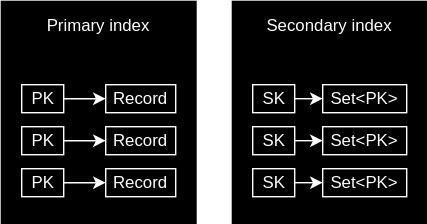
The draw.io diagram logdb_indexes.drawio.svg in jantuomi/autere_db, before a commit. Source tidied: cells renumbered, new cells last; positions are measured from the earlier drawing's top-left corner, leaving out a move shared by most shapes.
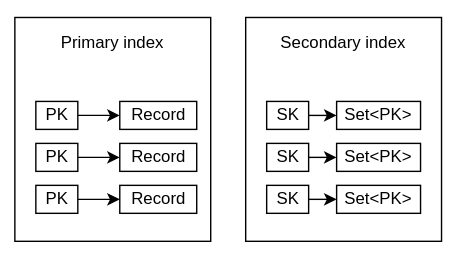
Later version of the same file.

Diff of the diagram source:
```diff
@@ -2,134 +2,134 @@
   <root>
     <mxCell id="0" />
     <mxCell id="1" parent="0" />
+    <mxCell id="45" style="rounded=0;whiteSpace=wrap;html=1;strokeColor=none;fillColor=#FFFFFF;" parent="1" vertex="1">
+      <mxGeometry x="-10" y="-12.5" width="325" height="182.5" as="geometry" />
+    </mxCell>
-    <mxCell id="2" style="rounded=0;whiteSpace=wrap;html=1;fillColor=#000000;fillStyle=solid;strokeColor=none;" parent="1" vertex="1">
+    <mxCell id="2" style="rounded=0;whiteSpace=wrap;html=1;fillColor=#FFFFFF;fillStyle=solid;strokeColor=default;fontColor=#000000;" parent="1" vertex="1">
       <mxGeometry width="140" height="160" as="geometry" />
     </mxCell>
-    <mxCell id="3" value="Primary index" style="text;html=1;align=center;verticalAlign=middle;whiteSpace=wrap;rounded=0;fontColor=#FFFFFF;" parent="1" vertex="1">
+    <mxCell id="3" value="Primary index" style="text;html=1;align=center;verticalAlign=middle;whiteSpace=wrap;rounded=0;fontColor=#000000;strokeColor=none;" parent="1" vertex="1">
       <mxGeometry x="30" width="80" height="35" as="geometry" />
     </mxCell>
-    <mxCell id="4" style="edgeStyle=orthogonalEdgeStyle;rounded=0;jettySize=auto;html=1;exitX=1;exitY=0.5;exitDx=0;exitDy=0;entryX=0;entryY=0.5;entryDx=0;entryDy=0;strokeColor=#FFFFFF;" parent="1" edge="1" source="9" target="6">
-      <mxGeometry relative="1" as="geometry" />
+    <mxCell id="4" style="edgeStyle=orthogonalEdgeStyle;rounded=0;jettySize=auto;html=1;exitX=1;exitY=0.5;exitDx=0;exitDy=0;entryX=0;entryY=0.5;entryDx=0;entryDy=0;strokeColor=default;fontColor=#000000;" parent="1" edge="1" source="9">
+      <mxGeometry relative="1" as="geometry">
+        <mxPoint x="75" y="70" as="targetPoint" />
+      </mxGeometry>
     </mxCell>
-    <mxCell id="5" style="group;" parent="1" vertex="1">
-      <mxGeometry x="75" y="50" width="50" height="40" as="geometry" />
-    </mxCell>
-    <mxCell id="6" style="whiteSpace=wrap;html=1;fillColor=none;strokeColor=#FFFFFF;" parent="5" vertex="1">
-      <mxGeometry y="10" width="50" height="20" as="geometry" />
-    </mxCell>
-    <mxCell id="7" value="Record" style="text;html=1;align=center;verticalAlign=middle;whiteSpace=wrap;rounded=0;fontColor=#FFFFFF;" parent="5" vertex="1">
-      <mxGeometry x="1.2" y="3.8" width="47.5" height="32.5" as="geometry" />
-    </mxCell>
-    <mxCell id="8" style="group;" parent="1" vertex="1">
+    <mxCell id="8" style="group;fontColor=#000000;strokeColor=default;" parent="1" vertex="1">
       <mxGeometry x="15" y="60" width="30" height="20" as="geometry" />
     </mxCell>
-    <mxCell id="9" style="whiteSpace=wrap;html=1;fillColor=none;strokeColor=#FFFFFF;" parent="8" vertex="1">
+    <mxCell id="9" style="whiteSpace=wrap;html=1;fillColor=none;strokeColor=none;fontColor=#000000;" parent="8" vertex="1">
       <mxGeometry width="30" height="20" as="geometry" />
     </mxCell>
-    <mxCell id="10" value="PK" style="text;html=1;align=center;verticalAlign=middle;whiteSpace=wrap;rounded=0;fontColor=#FFFFFF;" parent="8" vertex="1">
+    <mxCell id="10" value="PK" style="text;html=1;align=center;verticalAlign=middle;whiteSpace=wrap;rounded=0;fontColor=#000000;strokeColor=none;" parent="8" vertex="1">
       <mxGeometry x="2.5" y="1.9" width="25" height="16.2" as="geometry" />
     </mxCell>
-    <mxCell id="11" style="edgeStyle=orthogonalEdgeStyle;rounded=0;jettySize=auto;html=1;exitX=1;exitY=0.5;exitDx=0;exitDy=0;entryX=0;entryY=0.5;entryDx=0;entryDy=0;strokeColor=#FFFFFF;" parent="1" edge="1" source="16" target="13">
-      <mxGeometry relative="1" as="geometry" />
+    <mxCell id="11" style="edgeStyle=orthogonalEdgeStyle;rounded=0;jettySize=auto;html=1;exitX=1;exitY=0.5;exitDx=0;exitDy=0;entryX=0;entryY=0.5;entryDx=0;entryDy=0;strokeColor=default;fontColor=#000000;" parent="1" edge="1" source="16">
+      <mxGeometry relative="1" as="geometry">
+        <mxPoint x="75" y="100" as="targetPoint" />
+      </mxGeometry>
     </mxCell>
-    <mxCell id="12" style="group;" parent="1" vertex="1">
-      <mxGeometry x="75" y="80" width="50" height="40" as="geometry" />
-    </mxCell>
-    <mxCell id="13" style="whiteSpace=wrap;html=1;fillColor=none;strokeColor=#FFFFFF;" parent="12" vertex="1">
-      <mxGeometry y="10" width="50" height="20" as="geometry" />
-    </mxCell>
-    <mxCell id="14" value="Record" style="text;html=1;align=center;verticalAlign=middle;whiteSpace=wrap;rounded=0;fontColor=#FFFFFF;" parent="12" vertex="1">
-      <mxGeometry x="1.2" y="3.8" width="47.5" height="32.5" as="geometry" />
-    </mxCell>
-    <mxCell id="15" style="group;" parent="1" vertex="1">
+    <mxCell id="15" style="group;fontColor=#000000;strokeColor=default;" parent="1" vertex="1">
       <mxGeometry x="15" y="90" width="30" height="20" as="geometry" />
     </mxCell>
-    <mxCell id="16" style="whiteSpace=wrap;html=1;fillColor=none;strokeColor=#FFFFFF;" parent="15" vertex="1">
+    <mxCell id="16" style="whiteSpace=wrap;html=1;fillColor=none;strokeColor=none;fontColor=#000000;" parent="15" vertex="1">
       <mxGeometry width="30" height="20" as="geometry" />
     </mxCell>
-    <mxCell id="17" value="PK" style="text;html=1;align=center;verticalAlign=middle;whiteSpace=wrap;rounded=0;fontColor=#FFFFFF;" parent="15" vertex="1">
+    <mxCell id="17" value="PK" style="text;html=1;align=center;verticalAlign=middle;whiteSpace=wrap;rounded=0;fontColor=#000000;strokeColor=none;" parent="15" vertex="1">
       <mxGeometry x="2.5" y="1.9" width="25" height="16.2" as="geometry" />
     </mxCell>
-    <mxCell id="18" style="edgeStyle=orthogonalEdgeStyle;rounded=0;jettySize=auto;html=1;exitX=1;exitY=0.5;exitDx=0;exitDy=0;entryX=0;entryY=0.5;entryDx=0;entryDy=0;strokeColor=#FFFFFF;" parent="1" edge="1" source="23" target="20">
-      <mxGeometry relative="1" as="geometry" />
+    <mxCell id="18" style="edgeStyle=orthogonalEdgeStyle;rounded=0;jettySize=auto;html=1;exitX=1;exitY=0.5;exitDx=0;exitDy=0;entryX=0;entryY=0.5;entryDx=0;entryDy=0;strokeColor=default;fontColor=#000000;" parent="1" edge="1" source="23">
+      <mxGeometry relative="1" as="geometry">
+        <mxPoint x="75" y="130" as="targetPoint" />
+      </mxGeometry>
     </mxCell>
-    <mxCell id="19" style="group;" parent="1" vertex="1">
-      <mxGeometry x="75" y="110" width="50" height="40" as="geometry" />
-    </mxCell>
-    <mxCell id="20" style="whiteSpace=wrap;html=1;fillColor=none;strokeColor=#FFFFFF;" parent="19" vertex="1">
-      <mxGeometry y="10" width="50" height="20" as="geometry" />
-    </mxCell>
-    <mxCell id="21" value="Record" style="text;html=1;align=center;verticalAlign=middle;whiteSpace=wrap;rounded=0;fontColor=#FFFFFF;" parent="19" vertex="1">
-      <mxGeometry x="1.2" y="3.8" width="47.5" height="32.5" as="geometry" />
-    </mxCell>
-    <mxCell id="22" style="group;" parent="1" vertex="1">
+    <mxCell id="22" style="group;fontColor=#000000;strokeColor=default;" parent="1" vertex="1">
       <mxGeometry x="15" y="120" width="30" height="20" as="geometry" />
     </mxCell>
-    <mxCell id="23" style="whiteSpace=wrap;html=1;fillColor=none;strokeColor=#FFFFFF;" parent="22" vertex="1">
+    <mxCell id="23" style="whiteSpace=wrap;html=1;fillColor=none;strokeColor=none;fontColor=#000000;" parent="22" vertex="1">
       <mxGeometry width="30" height="20" as="geometry" />
     </mxCell>
-    <mxCell id="24" value="PK" style="text;html=1;align=center;verticalAlign=middle;whiteSpace=wrap;rounded=0;fontColor=#FFFFFF;" parent="22" vertex="1">
+    <mxCell id="24" value="PK" style="text;html=1;align=center;verticalAlign=middle;whiteSpace=wrap;rounded=0;fontColor=#000000;strokeColor=none;" parent="22" vertex="1">
       <mxGeometry x="2.5" y="1.9" width="25" height="16.2" as="geometry" />
     </mxCell>
-    <mxCell id="25" style="rounded=0;whiteSpace=wrap;html=1;fillColor=#000000;fillStyle=solid;strokeColor=none;" parent="1" vertex="1">
+    <mxCell id="25" style="rounded=0;whiteSpace=wrap;html=1;fillColor=#FFFFFF;fillStyle=solid;strokeColor=default;fontColor=#000000;" parent="1" vertex="1">
       <mxGeometry x="165" width="140" height="160" as="geometry" />
     </mxCell>
-    <mxCell id="26" value="Secondary index" style="text;html=1;align=center;verticalAlign=middle;whiteSpace=wrap;rounded=0;fontColor=#FFFFFF;" parent="1" vertex="1">
+    <mxCell id="26" value="Secondary index" style="text;html=1;align=center;verticalAlign=middle;whiteSpace=wrap;rounded=0;fontColor=#000000;strokeColor=none;" parent="1" vertex="1">
       <mxGeometry x="185" width="100" height="35" as="geometry" />
     </mxCell>
-    <mxCell id="27" style="edgeStyle=orthogonalEdgeStyle;rounded=0;jettySize=auto;html=1;exitX=1;exitY=0.5;exitDx=0;exitDy=0;entryX=0;entryY=0.5;entryDx=0;entryDy=0;strokeColor=#FFFFFF;" parent="1" edge="1" source="29" target="32">
+    <mxCell id="27" style="edgeStyle=orthogonalEdgeStyle;rounded=0;jettySize=auto;html=1;exitX=1;exitY=0.5;exitDx=0;exitDy=0;entryX=0;entryY=0.5;entryDx=0;entryDy=0;strokeColor=default;fontColor=#000000;" parent="1" edge="1" source="29" target="32">
       <mxGeometry relative="1" as="geometry" />
     </mxCell>
-    <mxCell id="28" style="group;" parent="1" vertex="1">
+    <mxCell id="28" style="group;fontColor=#000000;strokeColor=default;" parent="1" vertex="1">
       <mxGeometry x="180" y="60" width="30" height="20" as="geometry" />
     </mxCell>
-    <mxCell id="29" style="whiteSpace=wrap;html=1;fillColor=none;strokeColor=#FFFFFF;" parent="28" vertex="1">
+    <mxCell id="29" style="whiteSpace=wrap;html=1;fillColor=none;strokeColor=none;fontColor=#000000;" parent="28" vertex="1">
       <mxGeometry width="30" height="20" as="geometry" />
     </mxCell>
-    <mxCell id="30" value="SK" style="text;html=1;align=center;verticalAlign=middle;whiteSpace=wrap;rounded=0;fontColor=#FFFFFF;" parent="28" vertex="1">
+    <mxCell id="30" value="SK" style="text;html=1;align=center;verticalAlign=middle;whiteSpace=wrap;rounded=0;fontColor=#000000;strokeColor=none;" parent="28" vertex="1">
       <mxGeometry x="2.5" y="1.9" width="25" height="16.2" as="geometry" />
     </mxCell>
-    <mxCell id="31" value="Set&amp;lt;PK&amp;gt;" style="text;html=1;align=center;verticalAlign=middle;whiteSpace=wrap;rounded=0;fontColor=#FFFFFF;" parent="1" vertex="1">
+    <mxCell id="31" value="Set&amp;lt;PK&amp;gt;" style="text;html=1;align=center;verticalAlign=middle;whiteSpace=wrap;rounded=0;fontColor=#000000;strokeColor=none;" parent="1" vertex="1">
       <mxGeometry x="236.2" y="53.8" width="47.5" height="32.5" as="geometry" />
     </mxCell>
-    <mxCell id="32" style="whiteSpace=wrap;html=1;fillColor=none;strokeColor=#FFFFFF;" parent="1" vertex="1">
+    <mxCell id="32" style="whiteSpace=wrap;html=1;fillColor=none;strokeColor=default;fontColor=#000000;" parent="1" vertex="1">
       <mxGeometry x="230" y="60" width="60" height="20" as="geometry" />
     </mxCell>
-    <mxCell id="33" style="edgeStyle=orthogonalEdgeStyle;rounded=0;jettySize=auto;html=1;exitX=1;exitY=0.5;exitDx=0;exitDy=0;entryX=0;entryY=0.5;entryDx=0;entryDy=0;strokeColor=#FFFFFF;" parent="1" edge="1" source="35" target="38">
+    <mxCell id="33" style="edgeStyle=orthogonalEdgeStyle;rounded=0;jettySize=auto;html=1;exitX=1;exitY=0.5;exitDx=0;exitDy=0;entryX=0;entryY=0.5;entryDx=0;entryDy=0;strokeColor=default;fontColor=#000000;" parent="1" edge="1" source="35" target="38">
       <mxGeometry relative="1" as="geometry" />
     </mxCell>
-    <mxCell id="34" style="group;" parent="1" vertex="1">
+    <mxCell id="34" style="group;fontColor=#000000;strokeColor=default;" parent="1" vertex="1">
       <mxGeometry x="180" y="90" width="30" height="20" as="geometry" />
     </mxCell>
-    <mxCell id="35" style="whiteSpace=wrap;html=1;fillColor=none;strokeColor=#FFFFFF;" parent="34" vertex="1">
+    <mxCell id="35" style="whiteSpace=wrap;html=1;fillColor=none;strokeColor=none;fontColor=#000000;" parent="34" vertex="1">
       <mxGeometry width="30" height="20" as="geometry" />
     </mxCell>
-    <mxCell id="36" value="SK" style="text;html=1;align=center;verticalAlign=middle;whiteSpace=wrap;rounded=0;fontColor=#FFFFFF;" parent="34" vertex="1">
+    <mxCell id="36" value="SK" style="text;html=1;align=center;verticalAlign=middle;whiteSpace=wrap;rounded=0;fontColor=#000000;strokeColor=none;" parent="34" vertex="1">
       <mxGeometry x="2.5" y="1.9" width="25" height="16.2" as="geometry" />
     </mxCell>
-    <mxCell id="37" value="Set&amp;lt;PK&amp;gt;" style="text;html=1;align=center;verticalAlign=middle;whiteSpace=wrap;rounded=0;fontColor=#FFFFFF;" parent="1" vertex="1">
+    <mxCell id="37" value="Set&amp;lt;PK&amp;gt;" style="text;html=1;align=center;verticalAlign=middle;whiteSpace=wrap;rounded=0;fontColor=#000000;strokeColor=none;" parent="1" vertex="1">
       <mxGeometry x="236.2" y="83.8" width="47.5" height="32.5" as="geometry" />
     </mxCell>
-    <mxCell id="38" style="whiteSpace=wrap;html=1;fillColor=none;strokeColor=#FFFFFF;" parent="1" vertex="1">
+    <mxCell id="38" style="whiteSpace=wrap;html=1;fillColor=none;strokeColor=default;fontColor=#000000;" parent="1" vertex="1">
       <mxGeometry x="230" y="90" width="60" height="20" as="geometry" />
     </mxCell>
-    <mxCell id="39" style="edgeStyle=orthogonalEdgeStyle;rounded=0;jettySize=auto;html=1;exitX=1;exitY=0.5;exitDx=0;exitDy=0;entryX=0;entryY=0.5;entryDx=0;entryDy=0;strokeColor=#FFFFFF;" parent="1" edge="1" source="41" target="44">
+    <mxCell id="39" style="edgeStyle=orthogonalEdgeStyle;rounded=0;jettySize=auto;html=1;exitX=1;exitY=0.5;exitDx=0;exitDy=0;entryX=0;entryY=0.5;entryDx=0;entryDy=0;strokeColor=default;fontColor=#000000;" parent="1" edge="1" source="41" target="44">
       <mxGeometry relative="1" as="geometry" />
     </mxCell>
-    <mxCell id="40" style="group;" parent="1" vertex="1">
+    <mxCell id="40" style="group;fontColor=#000000;strokeColor=default;" parent="1" vertex="1">
       <mxGeometry x="180" y="120" width="30" height="20" as="geometry" />
     </mxCell>
-    <mxCell id="41" style="whiteSpace=wrap;html=1;fillColor=none;strokeColor=#FFFFFF;" parent="40" vertex="1">
+    <mxCell id="41" style="whiteSpace=wrap;html=1;fillColor=none;strokeColor=none;fontColor=#000000;" parent="40" vertex="1">
       <mxGeometry width="30" height="20" as="geometry" />
     </mxCell>
-    <mxCell id="42" value="SK" style="text;html=1;align=center;verticalAlign=middle;whiteSpace=wrap;rounded=0;fontColor=#FFFFFF;" parent="40" vertex="1">
+    <mxCell id="42" value="SK" style="text;html=1;align=center;verticalAlign=middle;whiteSpace=wrap;rounded=0;fontColor=#000000;strokeColor=none;" parent="40" vertex="1">
       <mxGeometry x="2.5" y="1.9" width="25" height="16.2" as="geometry" />
     </mxCell>
-    <mxCell id="43" value="Set&amp;lt;PK&amp;gt;" style="text;html=1;align=center;verticalAlign=middle;whiteSpace=wrap;rounded=0;fontColor=#FFFFFF;" parent="1" vertex="1">
+    <mxCell id="43" value="Set&amp;lt;PK&amp;gt;" style="text;html=1;align=center;verticalAlign=middle;whiteSpace=wrap;rounded=0;fontColor=#000000;strokeColor=none;" parent="1" vertex="1">
       <mxGeometry x="236.2" y="113.8" width="47.5" height="32.5" as="geometry" />
     </mxCell>
-    <mxCell id="44" style="whiteSpace=wrap;html=1;fillColor=none;strokeColor=#FFFFFF;" parent="1" vertex="1">
+    <mxCell id="44" style="whiteSpace=wrap;html=1;fillColor=none;strokeColor=default;fontColor=#000000;" parent="1" vertex="1">
       <mxGeometry x="230" y="120" width="60" height="20" as="geometry" />
     </mxCell>
+    <mxCell id="46" value="Record" style="text;html=1;align=center;verticalAlign=middle;whiteSpace=wrap;rounded=0;fontColor=#000000;strokeColor=none;" parent="1" vertex="1">
+      <mxGeometry x="78.8" y="53.8" width="47.5" height="32.5" as="geometry" />
+    </mxCell>
+    <mxCell id="47" style="whiteSpace=wrap;html=1;fillColor=none;strokeColor=default;fontColor=#000000;" parent="1" vertex="1">
+      <mxGeometry x="75" y="60" width="55" height="20" as="geometry" />
+    </mxCell>
+    <mxCell id="48" value="Record" style="text;html=1;align=center;verticalAlign=middle;whiteSpace=wrap;rounded=0;fontColor=#000000;strokeColor=none;" parent="1" vertex="1">
+      <mxGeometry x="78.8" y="83.8" width="47.5" height="32.5" as="geometry" />
+    </mxCell>
+    <mxCell id="49" style="whiteSpace=wrap;html=1;fillColor=none;strokeColor=default;fontColor=#000000;" parent="1" vertex="1">
+      <mxGeometry x="75" y="90" width="55" height="20" as="geometry" />
+    </mxCell>
+    <mxCell id="50" value="Record" style="text;html=1;align=center;verticalAlign=middle;whiteSpace=wrap;rounded=0;fontColor=#000000;strokeColor=none;" parent="1" vertex="1">
+      <mxGeometry x="78.8" y="113.8" width="47.5" height="32.5" as="geometry" />
+    </mxCell>
+    <mxCell id="51" style="whiteSpace=wrap;html=1;fillColor=none;strokeColor=default;fontColor=#000000;" parent="1" vertex="1">
+      <mxGeometry x="75" y="120" width="55" height="20" as="geometry" />
+    </mxCell>
   </root>
 </mxGraphModel>
```
